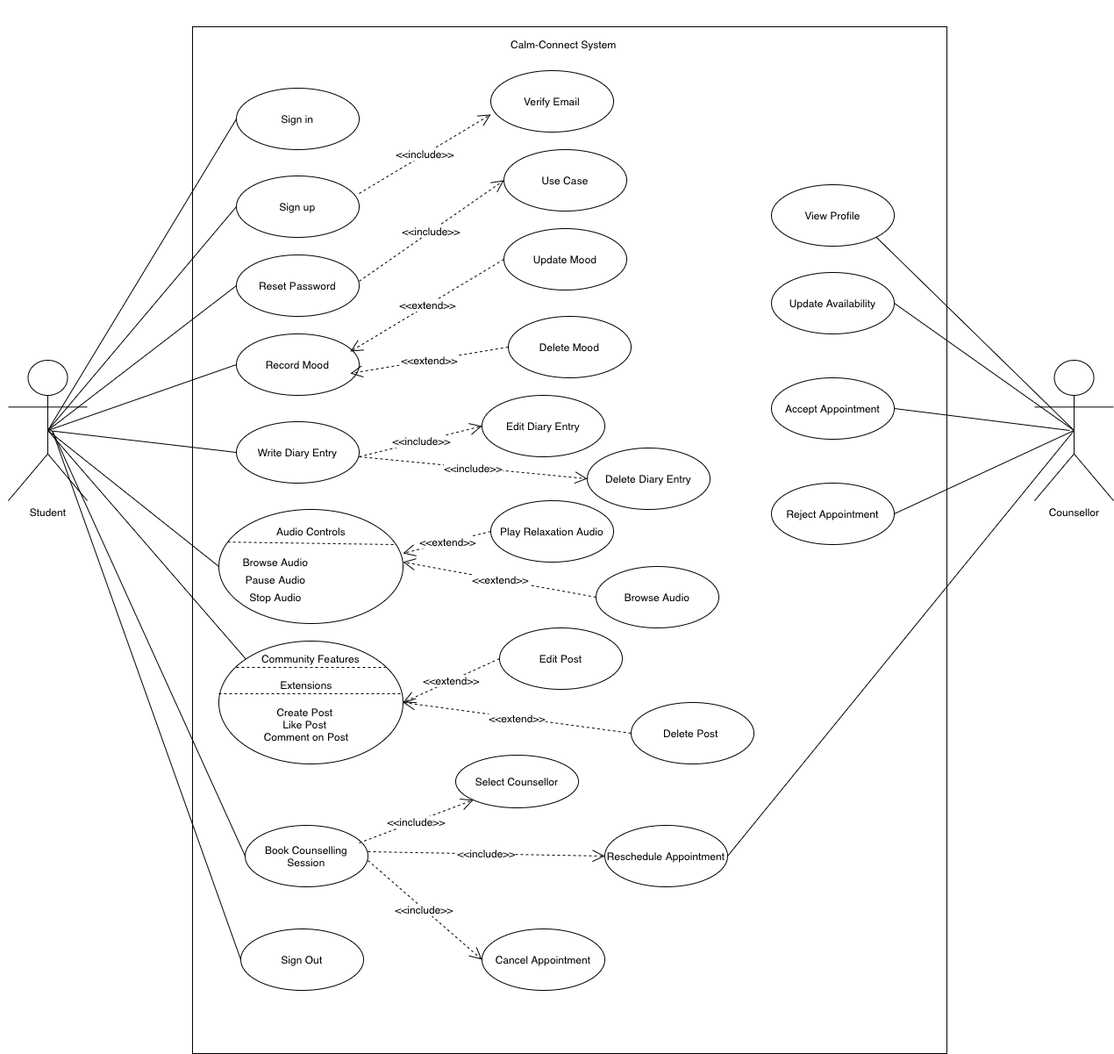
laisaramisa-purr/psychic-fishstick keeps this draw.io diagram as Untitled Diagram.drawio.png. Above is the earlier version. Source tidied: cells renumbered, new cells last; positions are measured from the earlier drawing's top-left corner, leaving out a move shared by most shapes.
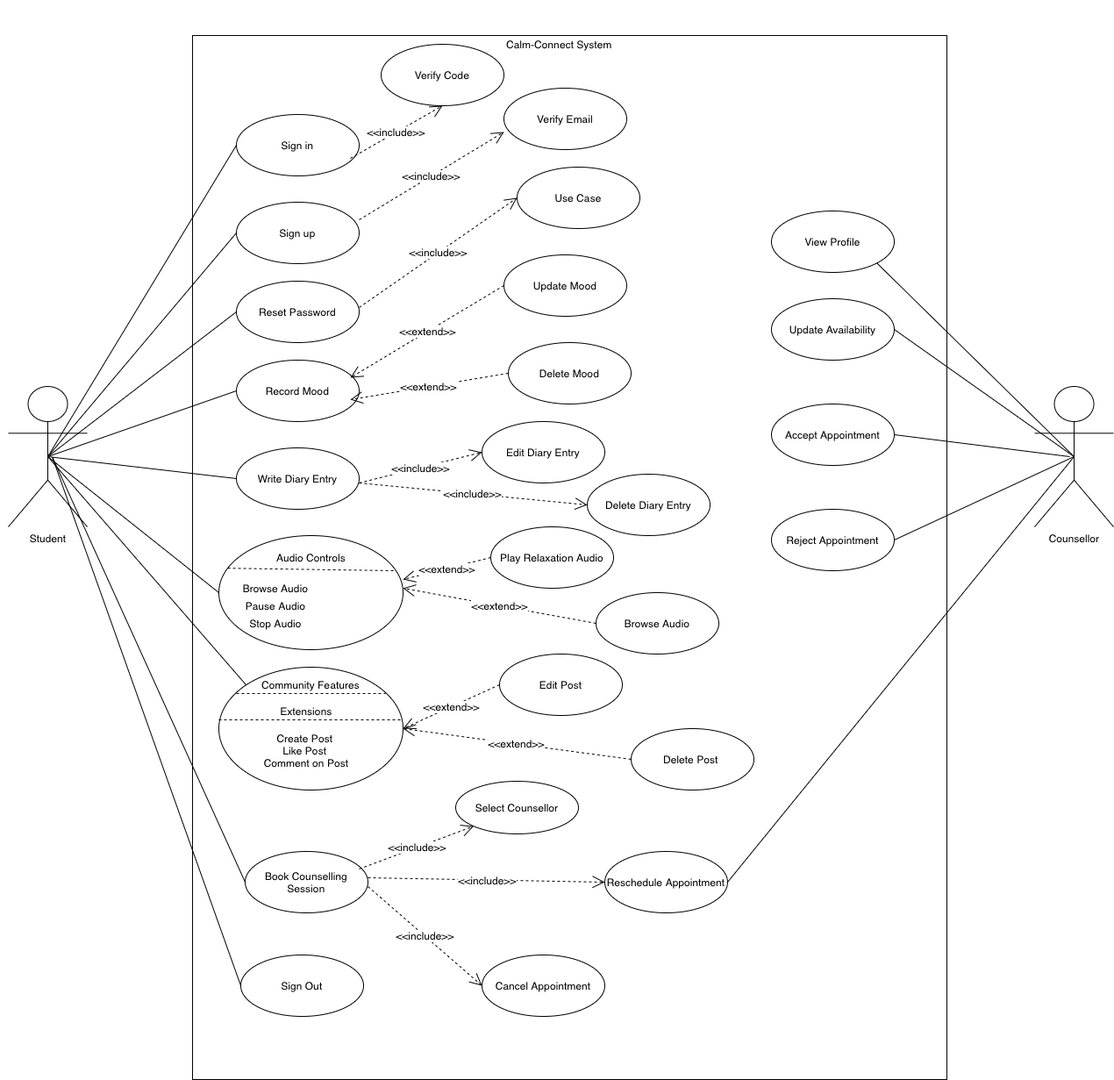
The same diagram one commit later.

Change to the diagram source:
```diff
@@ -3,7 +3,7 @@
     <mxCell id="0" />
     <mxCell id="1" parent="0" />
     <mxCell id="2" style="rounded=0;whiteSpace=wrap;html=1;" parent="1" vertex="1">
-      <mxGeometry x="210" y="30" width="860" height="1170" as="geometry" />
+      <mxGeometry x="210" y="10" width="860" height="1190" as="geometry" />
     </mxCell>
     <mxCell id="3" value="Student" style="shape=umlActor;verticalLabelPosition=bottom;verticalAlign=top;html=1;" parent="1" vertex="1">
       <mxGeometry y="410" width="90" height="160" as="geometry" />
@@ -33,7 +33,7 @@
       <mxGeometry x="565" y="260" width="140" height="70" as="geometry" />
     </mxCell>
     <mxCell id="12" value="Verify Email" style="ellipse;whiteSpace=wrap;html=1;" parent="1" vertex="1">
-      <mxGeometry x="550" y="80" width="140" height="70" as="geometry" />
+      <mxGeometry x="565" y="70" width="140" height="70" as="geometry" />
     </mxCell>
     <mxCell id="13" value="Write Diary Entry" style="ellipse;whiteSpace=wrap;html=1;" parent="1" vertex="1">
       <mxGeometry x="260" y="480" width="140" height="70" as="geometry" />
@@ -48,7 +48,7 @@
       <mxGeometry relative="1" as="geometry" />
     </mxCell>
     <mxCell id="17" value="Calm-Connect System&amp;nbsp;" style="text;html=1;whiteSpace=wrap;strokeColor=none;fillColor=none;align=center;verticalAlign=middle;rounded=0;" parent="1" vertex="1">
-      <mxGeometry x="540" width="190" height="100" as="geometry" />
+      <mxGeometry x="535" y="-30" width="190" height="100" as="geometry" />
     </mxCell>
     <mxCell id="18" value="Cancel Appointment" style="ellipse;whiteSpace=wrap;html=1;" parent="1" vertex="1">
       <mxGeometry x="540" y="1058" width="140" height="70" as="geometry" />
@@ -173,7 +173,7 @@
       <mxGeometry relative="1" as="geometry" />
     </mxCell>
     <mxCell id="54" value="Use Case" style="ellipse;whiteSpace=wrap;html=1;" parent="1" vertex="1">
-      <mxGeometry x="565" y="170" width="140" height="70" as="geometry" />
+      <mxGeometry x="580" y="160" width="140" height="70" as="geometry" />
     </mxCell>
     <mxCell id="55" value="&amp;lt;&amp;lt;extend&amp;gt;&amp;gt;" style="endArrow=open;endSize=12;dashed=1;html=1;rounded=0;fontSize=12;curved=1;exitX=0;exitY=0.5;exitDx=0;exitDy=0;" parent="1" edge="1" source="7">
       <mxGeometry relative="1" as="geometry">
@@ -242,5 +242,14 @@
         <mxPoint x="400" y="960" as="sourcePoint" />
       </mxGeometry>
     </mxCell>
+    <mxCell id="70" value="Verify Code" style="ellipse;whiteSpace=wrap;html=1;" parent="1" vertex="1">
+      <mxGeometry x="425" y="20" width="140" height="70" as="geometry" />
+    </mxCell>
+    <mxCell id="71" value="&amp;lt;&amp;lt;include&amp;gt;&amp;gt;" style="endArrow=open;endSize=12;dashed=1;html=1;rounded=0;fontSize=12;curved=1;" parent="1" edge="1">
+      <mxGeometry relative="1" as="geometry">
+        <mxPoint x="390" y="150" as="sourcePoint" />
+        <mxPoint x="495" y="90" as="targetPoint" />
+      </mxGeometry>
+    </mxCell>
   </root>
 </mxGraphModel>
```
